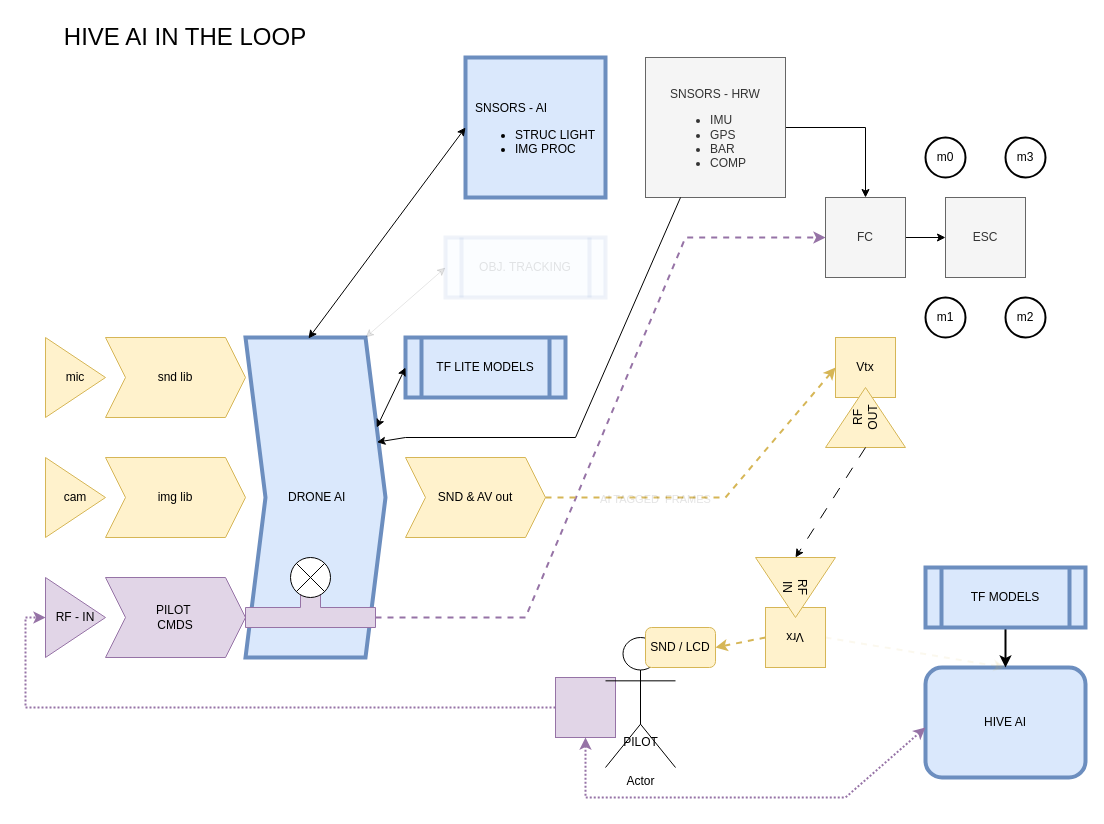
Before: docs/aiitl-hive-v0.drawio in iotech-systems/ai-in-the-loop, a draw.io diagram. Source tidied: cells renumbered, new cells numbered last; positions are measured from the earlier drawing's top-left corner, leaving out a move shared by most shapes. Both pictures are drawn from the tidied source at 100%, with x=0, y=0 at pixel (45, 17).
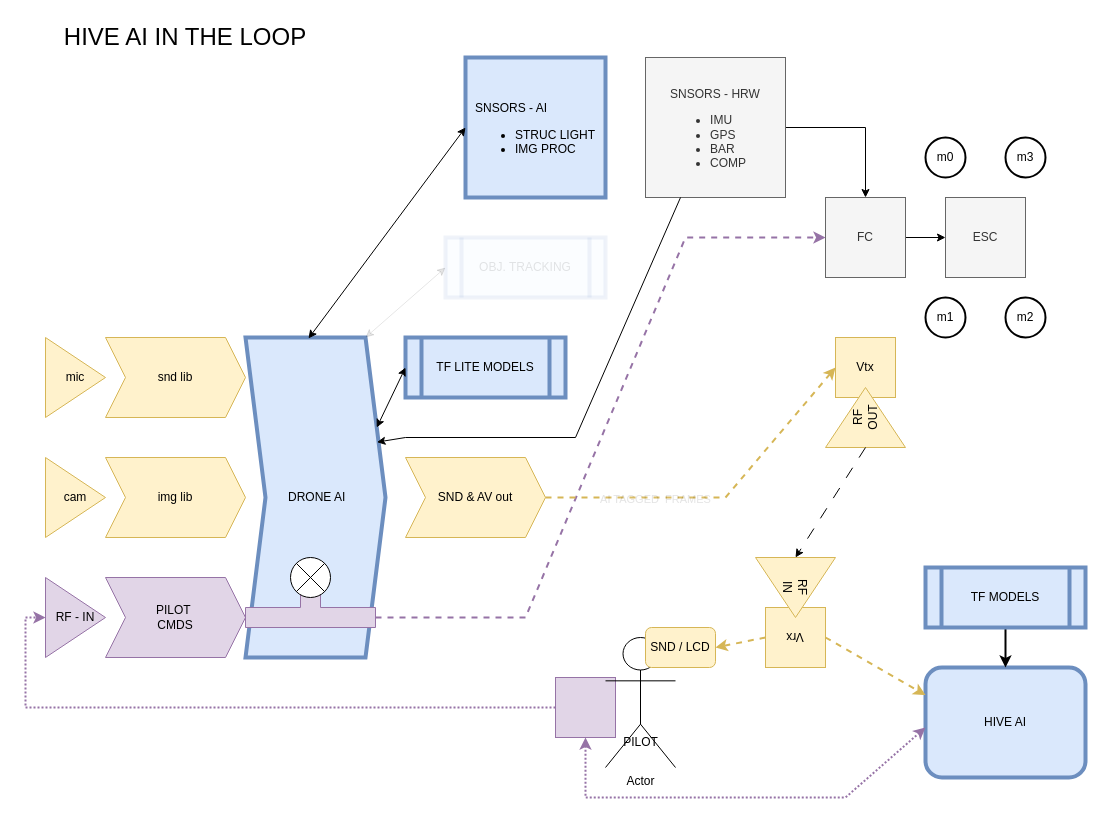
The same page after the edit.

Unchanged cells that the change refers to:
```xml
<mxCell id="31" value="&lt;div&gt;Vrx&lt;/div&gt;" style="whiteSpace=wrap;html=1;fillColor=#fff2cc;strokeColor=#d6b656;rotation=-180;" parent="30" vertex="1">
  <mxGeometry x="10" y="50" width="60" height="60" as="geometry" />
</mxCell>
<mxCell id="36" value="&lt;div&gt;HIVE AI&lt;/div&gt;" style="rounded=1;whiteSpace=wrap;html=1;fillColor=#dae8fc;strokeColor=#6c8ebf;strokeWidth=4;" parent="1" vertex="1">
  <mxGeometry x="880" y="650" width="160" height="110" as="geometry" />
</mxCell>
```

What changed in the source:
```diff
@@
-    <mxCell id="37" style="endArrow=classic;html=1;rounded=0;entryX=0.5;entryY=0;entryDx=0;entryDy=0;strokeWidth=2;fillColor=#fff2cc;strokeColor=#d6b656;dashed=1;exitX=0;exitY=0.5;exitDx=0;exitDy=0;textOpacity=10;opacity=10;" parent="1" edge="1" source="31" target="36">
+    <mxCell id="37" style="endArrow=classic;html=1;rounded=0;entryX=0;entryY=0.25;entryDx=0;entryDy=0;strokeWidth=2;fillColor=#fff2cc;strokeColor=#d6b656;dashed=1;exitX=0;exitY=0.5;exitDx=0;exitDy=0;textOpacity=10;" parent="1" edge="1" source="31" target="36">
       <mxGeometry relative="1" as="geometry" />
     </mxCell>
```
